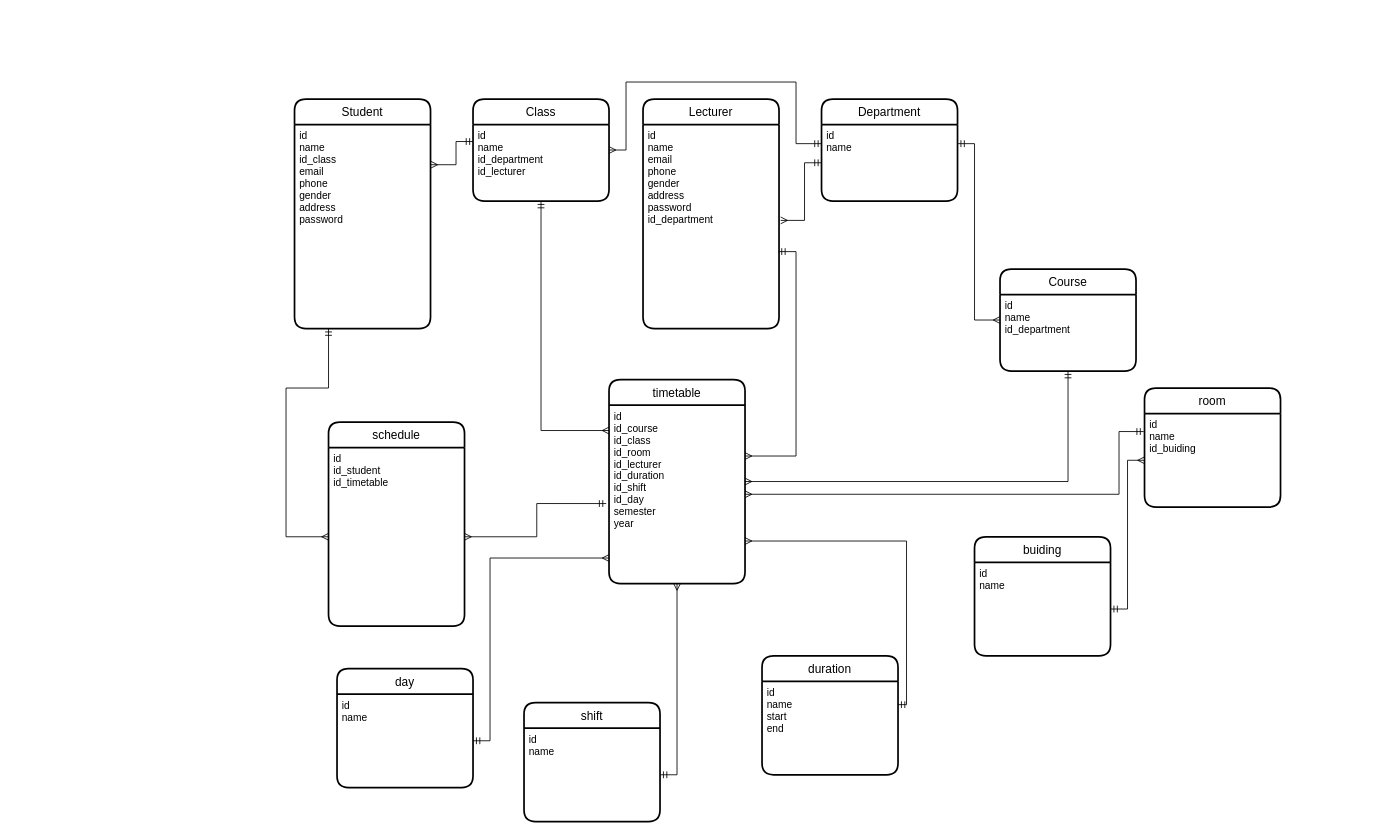
This is document/doan2.drawio from buiviet666/phan_mem_diem_danh_j2teamnnl, a draw.io file, before an edit. Source tidied: cells renumbered, new cells numbered last; positions are measured from the earlier drawing's top-left corner, leaving out a move shared by most shapes. Both pictures are drawn from the tidied source at 85%, with x=0, y=0 at pixel (286, 82).
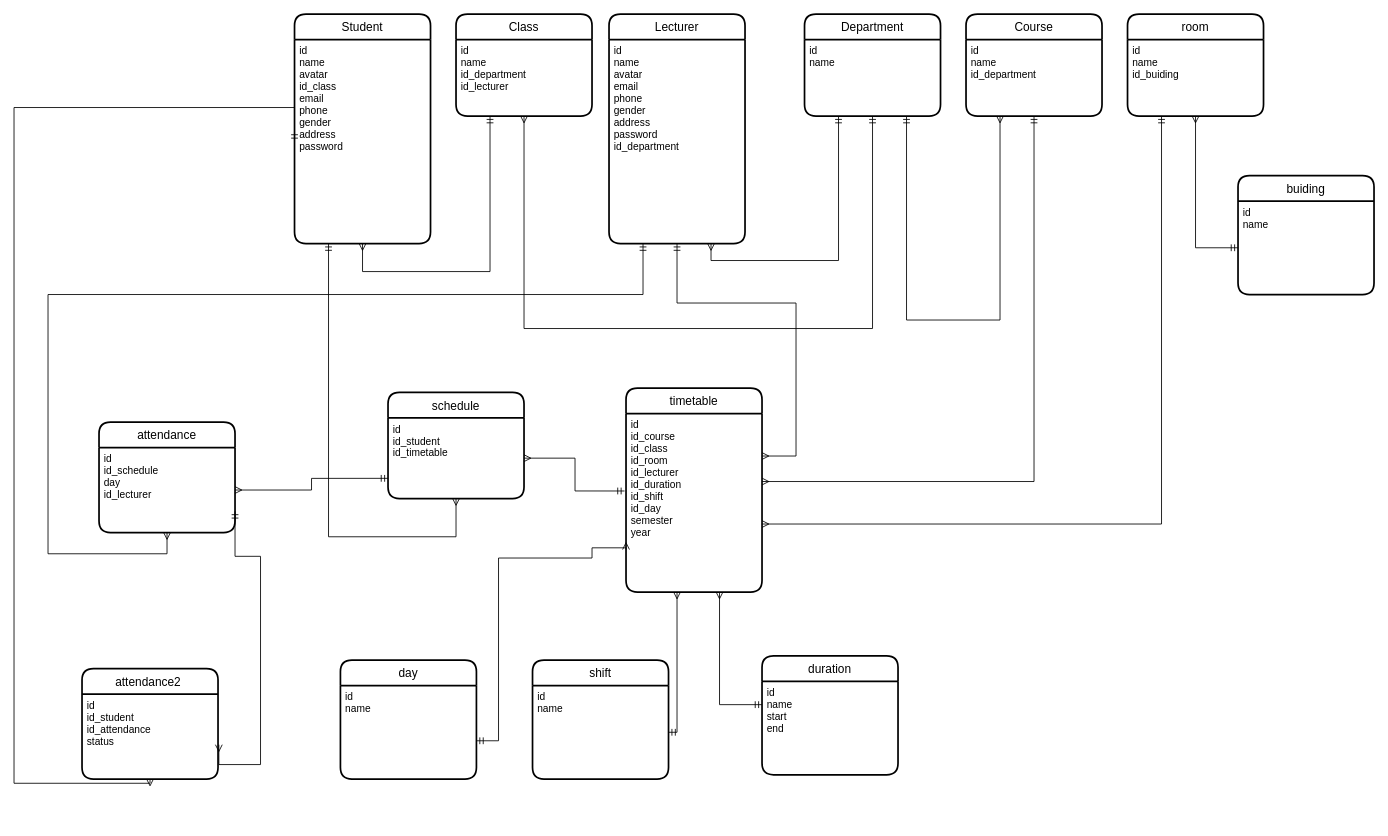
After the change.

The change refers to these unchanged cells:
```xml
<mxCell id="6" value="id&#10;name&#10;id_department&#10;id_lecturer" style="align=left;strokeColor=none;fillColor=none;spacingLeft=4;fontSize=12;verticalAlign=top;" parent="5" vertex="1">
  <mxGeometry y="30" width="160" height="90" as="geometry" />
</mxCell>
<mxCell id="8" value="id&#10;name" style="align=left;strokeColor=none;fillColor=none;spacingLeft=4;fontSize=12;verticalAlign=top;" parent="7" vertex="1">
  <mxGeometry y="30" width="160" height="90" as="geometry" />
</mxCell>
<mxCell id="11" value="id&#10;id_course&#10;id_class&#10;id_room&#10;id_lecturer&#10;id_duration&#10;id_shift&#10;id_day&#10;semester&#10;year&#10;" style="align=left;strokeColor=none;fillColor=none;spacingLeft=4;fontSize=12;verticalAlign=top;" parent="10" vertex="1">
  <mxGeometry y="30" width="160" height="210" as="geometry" />
</mxCell>
<mxCell id="13" value="id&#10;name&#10;id_department" style="align=left;strokeColor=none;fillColor=none;spacingLeft=4;fontSize=12;verticalAlign=top;" parent="12" vertex="1">
  <mxGeometry y="30" width="160" height="90" as="geometry" />
</mxCell>
<mxCell id="17" value="id&#10;name &#10;" style="align=left;strokeColor=none;fillColor=none;spacingLeft=4;fontSize=12;verticalAlign=top;" parent="16" vertex="1">
  <mxGeometry y="30" width="160" height="110" as="geometry" />
</mxCell>
<mxCell id="19" value="id&#10;name&#10;" style="align=left;strokeColor=none;fillColor=none;spacingLeft=4;fontSize=12;verticalAlign=top;" parent="18" vertex="1">
  <mxGeometry y="30" width="160" height="110" as="geometry" />
</mxCell>
<mxCell id="21" value="id&#10;name&#10;start&#10;end     &#10;" style="align=left;strokeColor=none;fillColor=none;spacingLeft=4;fontSize=12;verticalAlign=top;" parent="20" vertex="1">
  <mxGeometry y="30" width="160" height="110" as="geometry" />
</mxCell>
<mxCell id="38" value="id&#10;name&#10;" style="align=left;strokeColor=none;fillColor=none;spacingLeft=4;fontSize=12;verticalAlign=top;" parent="37" vertex="1">
  <mxGeometry y="30" width="160" height="110" as="geometry" />
</mxCell>
```

Diff of the diagram source:
```diff
@@
     <mxCell id="2" value="Student" style="swimlane;horizontal=1;startSize=30;rounded=1;fontSize=14;fontStyle=0;strokeWidth=2;shadow=0;dashed=0;align=center;" parent="1" vertex="1">
-      <mxGeometry x="10" y="20" width="160" height="270" as="geometry" />
+      <mxGeometry x="10" y="-80" width="160" height="270" as="geometry" />
     </mxCell>
-    <mxCell id="3" value="id&#10;name&#10;id_class&#10;email &#10;phone&#10;gender&#10;address&#10;password&#10;" style="align=left;strokeColor=none;fillColor=none;spacingLeft=4;fontSize=12;verticalAlign=top;" parent="2" vertex="1">
+    <mxCell id="3" value="id&#10;name&#10;avatar&#10;id_class&#10;email &#10;phone&#10;gender&#10;address&#10;password&#10;" style="align=left;strokeColor=none;fillColor=none;spacingLeft=4;fontSize=12;verticalAlign=top;" parent="2" vertex="1">
       <mxGeometry y="30" width="160" height="240" as="geometry" />
     </mxCell>
-    <mxCell id="4" style="edgeStyle=orthogonalEdgeStyle;rounded=0;jettySize=auto;html=1;entryX=0;entryY=0.25;entryDx=0;entryDy=0;startArrow=ERmany;startFill=0;endArrow=ERmandOne;endFill=0;" parent="1" edge="1" source="5" target="8">
+    <mxCell id="4" style="edgeStyle=orthogonalEdgeStyle;rounded=0;jettySize=auto;html=1;entryX=0.5;entryY=1;entryDx=0;entryDy=0;startArrow=ERmany;startFill=0;endArrow=ERmandOne;endFill=0;" parent="1" edge="1" source="5" target="8">
       <mxGeometry relative="1" as="geometry">
         <Array as="points">
-          <mxPoint x="400" y="80" />
-          <mxPoint x="400" />
-          <mxPoint x="600" />
-          <mxPoint x="600" y="72" />
+          <mxPoint x="280" y="290" />
+          <mxPoint x="690" y="290" />
         </Array>
       </mxGeometry>
     </mxCell>
     <mxCell id="5" value="Class" style="swimlane;horizontal=1;startSize=30;rounded=1;fontSize=14;fontStyle=0;strokeWidth=2;shadow=0;dashed=0;align=center;" parent="1" vertex="1">
-      <mxGeometry x="220" y="20" width="160" height="120" as="geometry" />
+      <mxGeometry x="200" y="-80" width="160" height="120" as="geometry" />
     </mxCell>
@@
     <mxCell id="7" value="Department" style="swimlane;horizontal=1;startSize=30;rounded=1;fontSize=14;fontStyle=0;strokeWidth=2;shadow=0;dashed=0;align=center;" parent="1" vertex="1">
-      <mxGeometry x="630" y="20" width="160" height="120" as="geometry" />
+      <mxGeometry x="610" y="-80" width="160" height="120" as="geometry" />
     </mxCell>
@@
-    <mxCell id="9" style="edgeStyle=orthogonalEdgeStyle;rounded=0;jettySize=auto;html=1;entryX=1;entryY=0.25;entryDx=0;entryDy=0;startArrow=ERmany;startFill=0;endArrow=ERmandOne;endFill=0;" parent="1" edge="1" source="10" target="21">
+    <mxCell id="9" style="edgeStyle=orthogonalEdgeStyle;rounded=0;jettySize=auto;html=1;entryX=0;entryY=0.25;entryDx=0;entryDy=0;startArrow=ERmany;startFill=0;endArrow=ERmandOne;endFill=0;" parent="1" edge="1" source="10" target="21">
       <mxGeometry relative="1" as="geometry">
         <Array as="points">
-          <mxPoint x="730" y="540" />
-          <mxPoint x="730" y="732" />
+          <mxPoint x="510" y="733" />
         </Array>
       </mxGeometry>
     </mxCell>
     <mxCell id="10" value="timetable" style="swimlane;horizontal=1;startSize=30;rounded=1;fontSize=14;fontStyle=0;strokeWidth=2;shadow=0;dashed=0;align=center;" parent="1" vertex="1">
-      <mxGeometry x="380" y="350" width="160" height="240" as="geometry" />
+      <mxGeometry x="400" y="360" width="160" height="240" as="geometry" />
     </mxCell>
@@
     <mxCell id="12" value="Course" style="swimlane;horizontal=1;startSize=30;rounded=1;fontSize=14;fontStyle=0;strokeWidth=2;shadow=0;dashed=0;align=center;" parent="1" vertex="1">
-      <mxGeometry x="840" y="220" width="160" height="120" as="geometry" />
+      <mxGeometry x="800" y="-80" width="160" height="120" as="geometry" />
     </mxCell>
@@
     <mxCell id="14" value="room" style="swimlane;horizontal=1;startSize=30;rounded=1;fontSize=14;fontStyle=0;strokeWidth=2;shadow=0;dashed=0;align=center;" parent="1" vertex="1">
-      <mxGeometry x="1010" y="360" width="160" height="140" as="geometry" />
+      <mxGeometry x="990" y="-80" width="160" height="120" as="geometry" />
     </mxCell>
     <mxCell id="15" value="id&#10;name&#10;id_buiding&#10;" style="align=left;strokeColor=none;fillColor=none;spacingLeft=4;fontSize=12;verticalAlign=top;" parent="14" vertex="1">
-      <mxGeometry y="30" width="160" height="110" as="geometry" />
+      <mxGeometry y="30" width="160" height="90" as="geometry" />
     </mxCell>
     <mxCell id="16" value="buiding" style="swimlane;horizontal=1;startSize=30;rounded=1;fontSize=14;fontStyle=0;strokeWidth=2;shadow=0;dashed=0;align=center;" parent="1" vertex="1">
-      <mxGeometry x="810" y="535" width="160" height="140" as="geometry" />
+      <mxGeometry x="1120" y="110" width="160" height="140" as="geometry" />
     </mxCell>
@@
     <mxCell id="18" value="shift" style="swimlane;horizontal=1;startSize=30;rounded=1;fontSize=14;fontStyle=0;strokeWidth=2;shadow=0;dashed=0;align=center;" parent="1" vertex="1">
-      <mxGeometry x="280" y="730" width="160" height="140" as="geometry" />
+      <mxGeometry x="290" y="680" width="160" height="140" as="geometry" />
     </mxCell>
@@
-    <mxCell id="22" style="edgeStyle=orthogonalEdgeStyle;fontSize=12;html=1;endArrow=ERmandOne;startArrow=ERmany;rounded=0;exitX=1.012;exitY=0.47;exitDx=0;exitDy=0;exitPerimeter=0;entryX=0;entryY=0.5;entryDx=0;entryDy=0;startFill=0;" parent="1" edge="1" source="24" target="8">
+    <mxCell id="22" style="edgeStyle=orthogonalEdgeStyle;fontSize=12;html=1;endArrow=ERmandOne;startArrow=ERmany;rounded=0;entryX=0.25;entryY=1;entryDx=0;entryDy=0;startFill=0;exitX=0.75;exitY=1;exitDx=0;exitDy=0;" parent="1" edge="1" source="24" target="8">
       <mxGeometry relative="1" as="geometry">
         <Array as="points">
-          <mxPoint x="610" y="163" />
-          <mxPoint x="610" y="95" />
+          <mxPoint x="500" y="210" />
+          <mxPoint x="650" y="210" />
         </Array>
       </mxGeometry>
     </mxCell>
     <mxCell id="23" value="Lecturer" style="swimlane;horizontal=1;startSize=30;rounded=1;fontSize=14;fontStyle=0;strokeWidth=2;shadow=0;dashed=0;align=center;" parent="1" vertex="1">
-      <mxGeometry x="420" y="20" width="160" height="270" as="geometry" />
+      <mxGeometry x="380" y="-80" width="160" height="270" as="geometry" />
     </mxCell>
-    <mxCell id="24" value="id&#10;name&#10;email&#10;phone&#10;gender&#10;address&#10;password&#10;id_department" style="align=left;strokeColor=none;fillColor=none;spacingLeft=4;fontSize=12;verticalAlign=top;" parent="23" vertex="1">
+    <mxCell id="24" value="id&#10;name&#10;avatar&#10;email&#10;phone&#10;gender&#10;address&#10;password&#10;id_department" style="align=left;strokeColor=none;fillColor=none;spacingLeft=4;fontSize=12;verticalAlign=top;" parent="23" vertex="1">
       <mxGeometry y="30" width="160" height="240" as="geometry" />
     </mxCell>
-    <mxCell id="25" style="edgeStyle=orthogonalEdgeStyle;fontSize=12;html=1;endArrow=ERmandOne;startArrow=ERmany;rounded=0;exitX=1.002;exitY=0.197;exitDx=0;exitDy=0;exitPerimeter=0;startFill=0;" parent="1" edge="1" source="3">
+    <mxCell id="25" style="edgeStyle=orthogonalEdgeStyle;fontSize=12;html=1;endArrow=ERmandOne;startArrow=ERmany;rounded=0;startFill=0;entryX=0.25;entryY=1;entryDx=0;entryDy=0;exitX=0.5;exitY=1;exitDx=0;exitDy=0;" parent="1" edge="1" source="3" target="6">
       <mxGeometry relative="1" as="geometry">
-        <mxPoint x="220" y="70" as="targetPoint" />
         <Array as="points">
-          <mxPoint x="200" y="97" />
-          <mxPoint x="200" y="70" />
+          <mxPoint x="90" y="223" />
+          <mxPoint x="240" y="223" />
         </Array>
       </mxGeometry>
     </mxCell>
-    <mxCell id="26" style="edgeStyle=orthogonalEdgeStyle;fontSize=12;html=1;endArrow=ERmany;startArrow=ERmandOne;rounded=0;exitX=1;exitY=0.25;exitDx=0;exitDy=0;entryX=0;entryY=0.5;entryDx=0;entryDy=0;endFill=0;startFill=0;" parent="1" edge="1" source="8" target="12">
+    <mxCell id="26" style="edgeStyle=orthogonalEdgeStyle;fontSize=12;html=1;endArrow=ERmany;startArrow=ERmandOne;rounded=0;exitX=0.75;exitY=1;exitDx=0;exitDy=0;entryX=0.25;entryY=1;entryDx=0;entryDy=0;endFill=0;startFill=0;" parent="1" edge="1" source="8" target="13">
       <mxGeometry relative="1" as="geometry">
         <Array as="points">
-          <mxPoint x="810" y="73" />
-          <mxPoint x="810" y="280" />
+          <mxPoint x="730" y="280" />
+          <mxPoint x="840" y="280" />
         </Array>
       </mxGeometry>
     </mxCell>
-    <mxCell id="27" style="edgeStyle=orthogonalEdgeStyle;rounded=0;jettySize=auto;html=1;entryX=0.5;entryY=1;entryDx=0;entryDy=0;startArrow=ERmany;startFill=0;endArrow=ERmandOne;endFill=0;" parent="1" edge="1" source="11" target="6">
-      <mxGeometry relative="1" as="geometry">
-        <Array as="points">
-          <mxPoint x="300" y="410" />
-        </Array>
-      </mxGeometry>
-    </mxCell>
-    <mxCell id="28" style="edgeStyle=orthogonalEdgeStyle;rounded=0;jettySize=auto;html=1;entryX=0.995;entryY=0.623;entryDx=0;entryDy=0;entryPerimeter=0;startArrow=ERmany;startFill=0;endArrow=ERmandOne;endFill=0;" parent="1" edge="1" source="11" target="24">
+    <mxCell id="28" style="edgeStyle=orthogonalEdgeStyle;rounded=0;jettySize=auto;html=1;startArrow=ERmany;startFill=0;endArrow=ERmandOne;endFill=0;entryX=0.5;entryY=1;entryDx=0;entryDy=0;" parent="1" edge="1" source="11" target="24">
       <mxGeometry relative="1" as="geometry">
         <Array as="points">
           <mxPoint x="600" y="440" />
-          <mxPoint x="600" y="200" />
+          <mxPoint x="600" y="260" />
+          <mxPoint x="460" y="260" />
         </Array>
       </mxGeometry>
     </mxCell>
-    <mxCell id="29" style="edgeStyle=orthogonalEdgeStyle;rounded=0;jettySize=auto;html=1;entryX=-0.006;entryY=0.193;entryDx=0;entryDy=0;entryPerimeter=0;startArrow=ERmany;startFill=0;endArrow=ERmandOne;endFill=0;" parent="1" edge="1" source="11" target="15">
+    <mxCell id="29" style="edgeStyle=orthogonalEdgeStyle;rounded=0;jettySize=auto;html=1;startArrow=ERmany;startFill=0;endArrow=ERmandOne;endFill=0;entryX=0.25;entryY=1;entryDx=0;entryDy=0;" parent="1" edge="1" source="11" target="15">
       <mxGeometry relative="1" as="geometry">
         <Array as="points">
-          <mxPoint x="980" y="485" />
-          <mxPoint x="980" y="411" />
+          <mxPoint x="1030" y="520" />
         </Array>
       </mxGeometry>
     </mxCell>
     <mxCell id="30" style="edgeStyle=orthogonalEdgeStyle;rounded=0;jettySize=auto;html=1;entryX=0.5;entryY=1;entryDx=0;entryDy=0;startArrow=ERmany;startFill=0;endArrow=ERmandOne;endFill=0;" parent="1" edge="1" source="11" target="13">
       <mxGeometry relative="1" as="geometry">
         <Array as="points">
-          <mxPoint x="920" y="470" />
+          <mxPoint x="880" y="470" />
         </Array>
       </mxGeometry>
     </mxCell>
-    <mxCell id="31" style="edgeStyle=orthogonalEdgeStyle;rounded=0;jettySize=auto;html=1;entryX=1;entryY=0.5;entryDx=0;entryDy=0;startArrow=ERmany;startFill=0;endArrow=ERmandOne;endFill=0;" parent="1" edge="1" source="15" target="17">
-      <mxGeometry relative="1" as="geometry" />
+    <mxCell id="31" style="edgeStyle=orthogonalEdgeStyle;rounded=0;jettySize=auto;html=1;startArrow=ERmany;startFill=0;endArrow=ERmandOne;endFill=0;entryX=0;entryY=0.5;entryDx=0;entryDy=0;exitX=0.5;exitY=1;exitDx=0;exitDy=0;" parent="1" edge="1" source="15" target="17">
+      <mxGeometry relative="1" as="geometry">
+        <Array as="points">
+          <mxPoint x="1070" y="195" />
+        </Array>
+      </mxGeometry>
     </mxCell>
     <mxCell id="32" style="edgeStyle=orthogonalEdgeStyle;rounded=0;jettySize=auto;html=1;entryX=1;entryY=0.5;entryDx=0;entryDy=0;startArrow=ERmany;startFill=0;endArrow=ERmandOne;endFill=0;" parent="1" edge="1" source="11" target="19">
-      <mxGeometry relative="1" as="geometry" />
+      <mxGeometry relative="1" as="geometry">
+        <Array as="points">
+          <mxPoint x="460" y="765" />
+        </Array>
+      </mxGeometry>
     </mxCell>
     <mxCell id="33" value="schedule" style="swimlane;horizontal=1;startSize=30;rounded=1;fontSize=14;fontStyle=0;strokeWidth=2;shadow=0;dashed=0;align=center;" parent="1" vertex="1">
-      <mxGeometry x="50" y="400" width="160" height="240" as="geometry" />
+      <mxGeometry x="120" y="365" width="160" height="125" as="geometry" />
     </mxCell>
     <mxCell id="34" value="id&#10;id_student&#10;id_timetable" style="align=left;strokeColor=none;fillColor=none;spacingLeft=4;fontSize=12;verticalAlign=top;" parent="33" vertex="1">
-      <mxGeometry y="30" width="160" height="210" as="geometry" />
+      <mxGeometry y="30" width="160" height="95" as="geometry" />
     </mxCell>
-    <mxCell id="35" style="edgeStyle=orthogonalEdgeStyle;rounded=0;jettySize=auto;html=1;startArrow=ERmany;startFill=0;endArrow=ERmandOne;endFill=0;entryX=-0.021;entryY=0.552;entryDx=0;entryDy=0;entryPerimeter=0;" parent="1" edge="1" source="34" target="11">
+    <mxCell id="35" style="edgeStyle=orthogonalEdgeStyle;rounded=0;jettySize=auto;html=1;startArrow=ERmany;startFill=0;endArrow=ERmandOne;endFill=0;entryX=-0.011;entryY=0.434;entryDx=0;entryDy=0;entryPerimeter=0;" parent="1" edge="1" source="34" target="11">
       <mxGeometry relative="1" as="geometry" />
     </mxCell>
     <mxCell id="36" style="edgeStyle=orthogonalEdgeStyle;rounded=0;jettySize=auto;html=1;entryX=0.25;entryY=1;entryDx=0;entryDy=0;startArrow=ERmany;startFill=0;endArrow=ERmandOne;endFill=0;" parent="1" edge="1" source="34" target="3">
       <mxGeometry relative="1" as="geometry">
         <Array as="points">
-          <mxPoint y="535" />
-          <mxPoint y="360" />
-          <mxPoint x="50" y="360" />
+          <mxPoint x="50" y="535" />
         </Array>
       </mxGeometry>
     </mxCell>
     <mxCell id="37" value="day" style="swimlane;horizontal=1;startSize=30;rounded=1;fontSize=14;fontStyle=0;strokeWidth=2;shadow=0;dashed=0;align=center;" parent="1" vertex="1">
-      <mxGeometry x="60" y="690" width="160" height="140" as="geometry" />
+      <mxGeometry x="64" y="680" width="160" height="140" as="geometry" />
     </mxCell>
@@
     <mxCell id="39" style="edgeStyle=orthogonalEdgeStyle;rounded=0;jettySize=auto;html=1;startArrow=ERmandOne;startFill=0;endArrow=ERmany;endFill=0;" parent="1" edge="1" source="38">
       <mxGeometry relative="1" as="geometry">
-        <mxPoint x="380" y="560" as="targetPoint" />
+        <mxPoint x="400" y="550" as="targetPoint" />
         <Array as="points">
-          <mxPoint x="240" y="775" />
-          <mxPoint x="240" y="560" />
-          <mxPoint x="380" y="560" />
+          <mxPoint x="250" y="775" />
+          <mxPoint x="250" y="560" />
+          <mxPoint x="360" y="560" />
+          <mxPoint x="360" y="548" />
+          <mxPoint x="400" y="548" />
         </Array>
       </mxGeometry>
     </mxCell>
+    <mxCell id="40" value="attendance" style="swimlane;horizontal=1;startSize=30;rounded=1;fontSize=14;fontStyle=0;strokeWidth=2;shadow=0;dashed=0;align=center;" parent="1" vertex="1">
+      <mxGeometry x="-220" y="400" width="160" height="130" as="geometry" />
+    </mxCell>
+    <mxCell id="41" value="id&#10;id_schedule&#10;day&#10;id_lecturer" style="align=left;strokeColor=none;fillColor=none;spacingLeft=4;fontSize=12;verticalAlign=top;" parent="40" vertex="1">
+      <mxGeometry y="30" width="160" height="100" as="geometry" />
+    </mxCell>
+    <mxCell id="42" value="attendance2 " style="swimlane;horizontal=1;startSize=30;rounded=1;fontSize=14;fontStyle=0;strokeWidth=2;shadow=0;dashed=0;align=center;" parent="1" vertex="1">
+      <mxGeometry x="-240" y="690" width="160" height="130" as="geometry" />
+    </mxCell>
+    <mxCell id="43" value="id&#10;id_student&#10;id_attendance&#10;status" style="align=left;strokeColor=none;fillColor=none;spacingLeft=4;fontSize=12;verticalAlign=top;" parent="42" vertex="1">
+      <mxGeometry y="30" width="160" height="100" as="geometry" />
+    </mxCell>
+    <mxCell id="44" style="edgeStyle=orthogonalEdgeStyle;rounded=0;jettySize=auto;html=1;entryX=0;entryY=0.75;entryDx=0;entryDy=0;startArrow=ERmany;startFill=0;endArrow=ERmandOne;endFill=0;" parent="1" edge="1" source="41" target="34">
+      <mxGeometry relative="1" as="geometry" />
+    </mxCell>
+    <mxCell id="45" style="edgeStyle=orthogonalEdgeStyle;rounded=0;jettySize=auto;html=1;startArrow=ERmandOne;startFill=0;endArrow=ERmany;endFill=0;exitX=1;exitY=0.75;exitDx=0;exitDy=0;entryX=1.006;entryY=0.596;entryDx=0;entryDy=0;entryPerimeter=0;" parent="1" edge="1" source="41" target="43">
+      <mxGeometry relative="1" as="geometry">
+        <Array as="points">
+          <mxPoint x="-30" y="558" />
+          <mxPoint x="-30" y="803" />
+        </Array>
+      </mxGeometry>
+    </mxCell>
+    <mxCell id="46" style="edgeStyle=orthogonalEdgeStyle;rounded=0;jettySize=auto;html=1;entryX=0.25;entryY=1;entryDx=0;entryDy=0;startArrow=ERmany;startFill=0;endArrow=ERmandOne;endFill=0;" parent="1" edge="1" source="41" target="24">
+      <mxGeometry relative="1" as="geometry">
+        <Array as="points">
+          <mxPoint x="-280" y="555" />
+          <mxPoint x="-280" y="250" />
+          <mxPoint x="420" y="250" />
+        </Array>
+      </mxGeometry>
+    </mxCell>
+    <mxCell id="47" style="edgeStyle=orthogonalEdgeStyle;rounded=0;jettySize=auto;html=1;entryX=0;entryY=0.5;entryDx=0;entryDy=0;startArrow=ERmany;startFill=0;endArrow=ERmandOne;endFill=0;" parent="1" edge="1" source="43" target="3">
+      <mxGeometry relative="1" as="geometry">
+        <Array as="points">
+          <mxPoint x="-320" y="825" />
+          <mxPoint x="-320" y="30" />
+        </Array>
+      </mxGeometry>
+    </mxCell>
```
